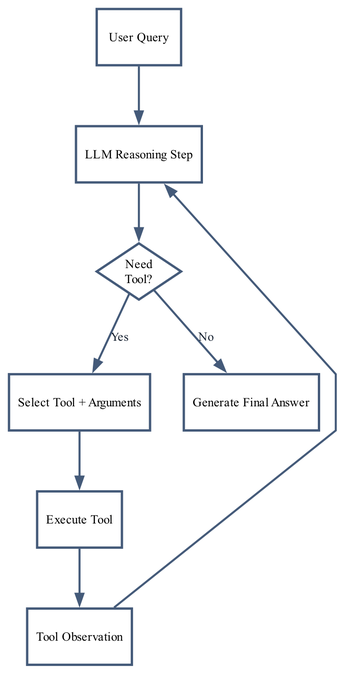
The Graphviz diagram assets/diagram_tool_flow.png in quiznat/tot-hf-survey-artifacts, before a commit. Its source is kept beside it as assets/diagram_tool_flow.dot.
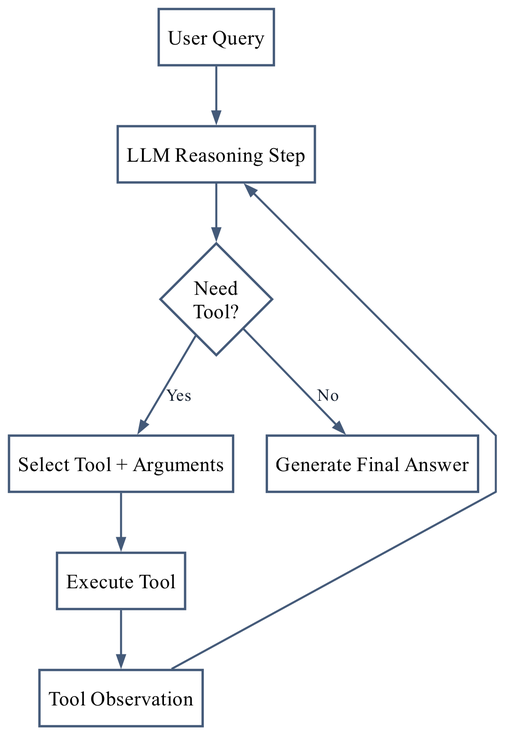
Later version of the same file.

The edit, as a diff of the source:
```diff
@@ -1,11 +1,11 @@
 digraph G {
   graph [bgcolor="#ffffff", pad="0.06", nodesep="0.34", ranksep="0.50", splines="polyline", fontname="Times-Roman", fontcolor="#162130", margin="0.02", rankdir="TB", ranksep="0.52", nodesep="0.30"];
-  node [shape="box", style="filled", fillcolor="#ffffff", color="#445a79", penwidth="1.5", fontname="Times-Roman", fontsize="8", margin="0.08,0.06"];
-  edge [color="#445a79", penwidth="1.3", arrowsize="0.70", fontname="Times-Roman", fontsize="8", fontcolor="#162130"];
+  node [shape="box", style="filled", fillcolor="#ffffff", color="#445a79", penwidth="1.5", fontname="Times-Roman", fontsize="13", margin="0.08,0.06"];
+  edge [color="#445a79", penwidth="1.3", arrowsize="0.70", fontname="Times-Roman", fontsize="11", fontcolor="#162130"];
 
   query [label="User Query"];
   reason [label="LLM Reasoning Step"];
-  need [shape="diamond", style="filled", fillcolor="#ffffff", color="#445a79", penwidth="1.5", fontname="Times-Roman", fontsize="8", margin="0.04,0.04", label="Need\nTool?"];
+  need [shape="diamond", style="filled", fillcolor="#ffffff", color="#445a79", penwidth="1.5", fontname="Times-Roman", fontsize="13", margin="0.04,0.04", label="Need\nTool?"];
   select [label="Select Tool + Arguments"];
   execute [label="Execute Tool"];
   observe [label="Tool Observation"];
```
